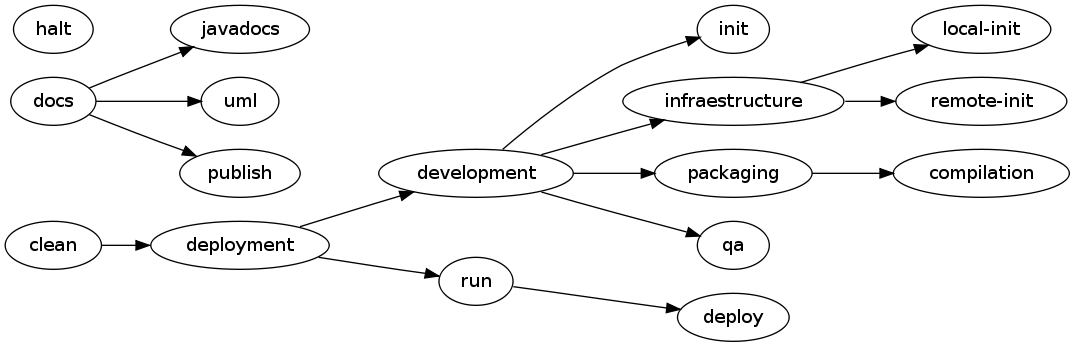
Before: docs/vizant/build.png, a diagram exported from Graphviz (jabrena/liverobots). Its source is kept beside it as docs/vizant/build.dot.
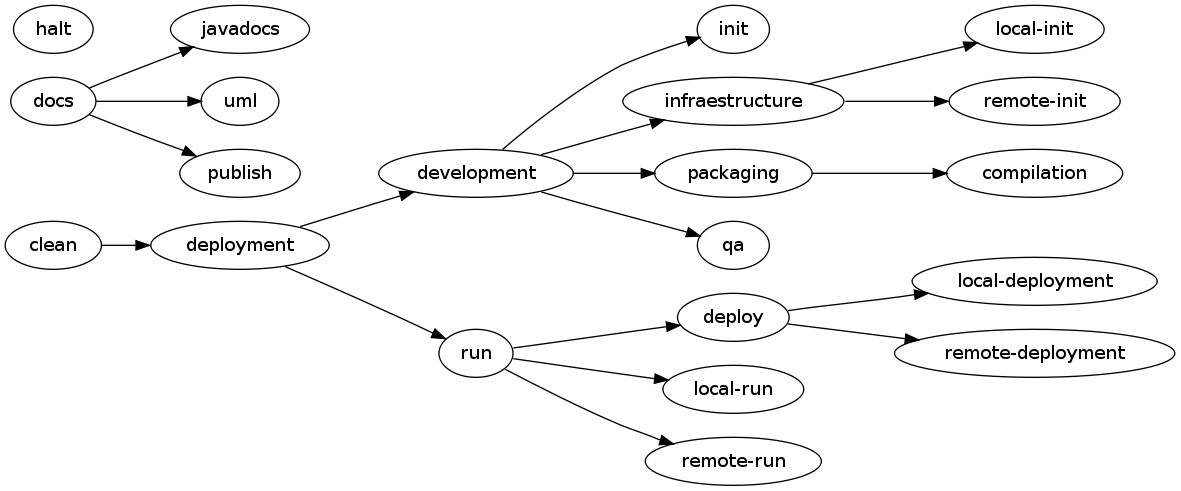
Above is the later version.

The edit, as a diff of the source:
```diff
@@ -26,8 +26,16 @@
     "deployment" -> "development";
     "deployment" -> "run";
     "deploy";
+    "deploy" -> "local-deployment";
+    "deploy" -> "remote-deployment";
+    "local-deployment";
+    "remote-deployment";
     "run";
     "run" -> "deploy";
+    "run" -> "local-run";
+    "run" -> "remote-run";
+    "local-run";
+    "remote-run";
     "clean";
     "clean" -> "deployment";
     "halt";
```
